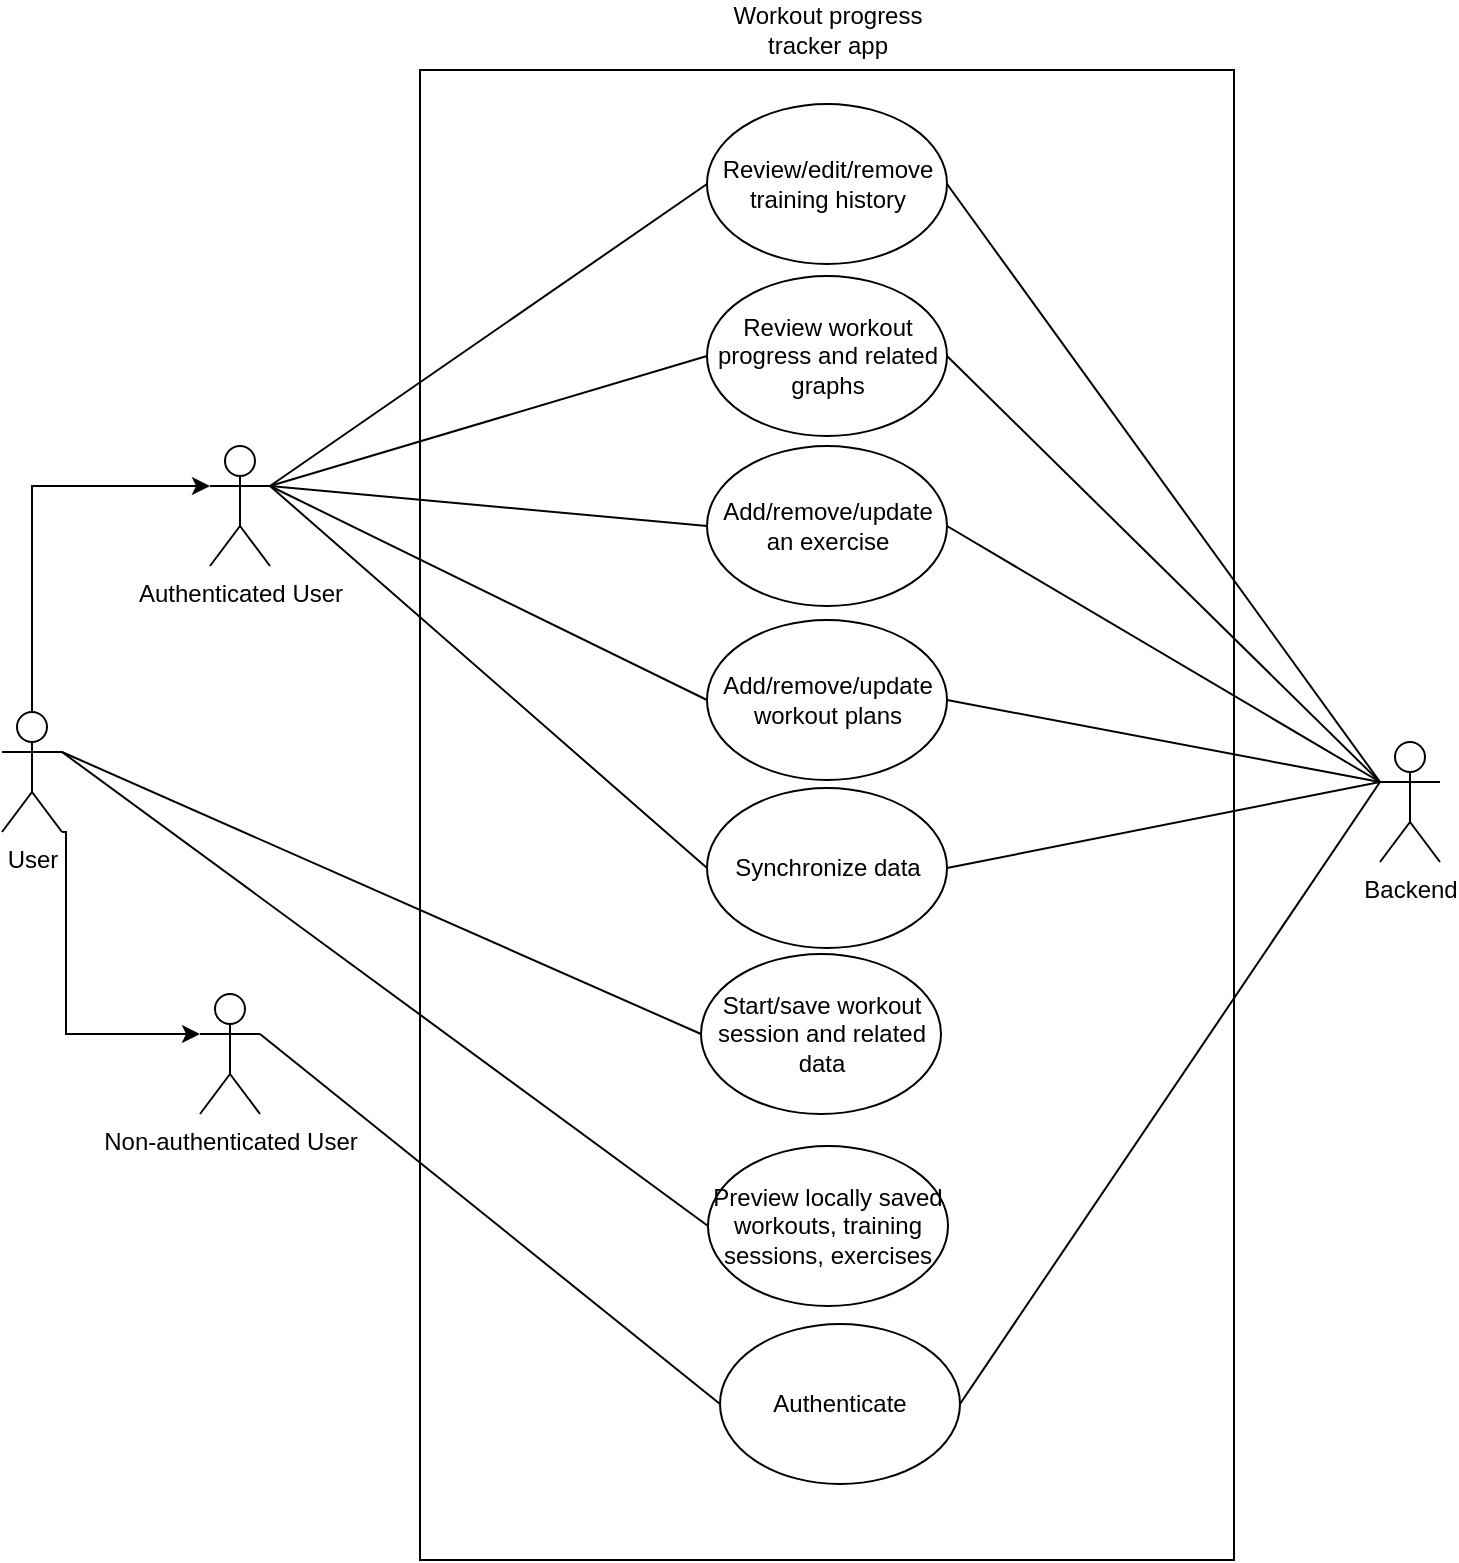
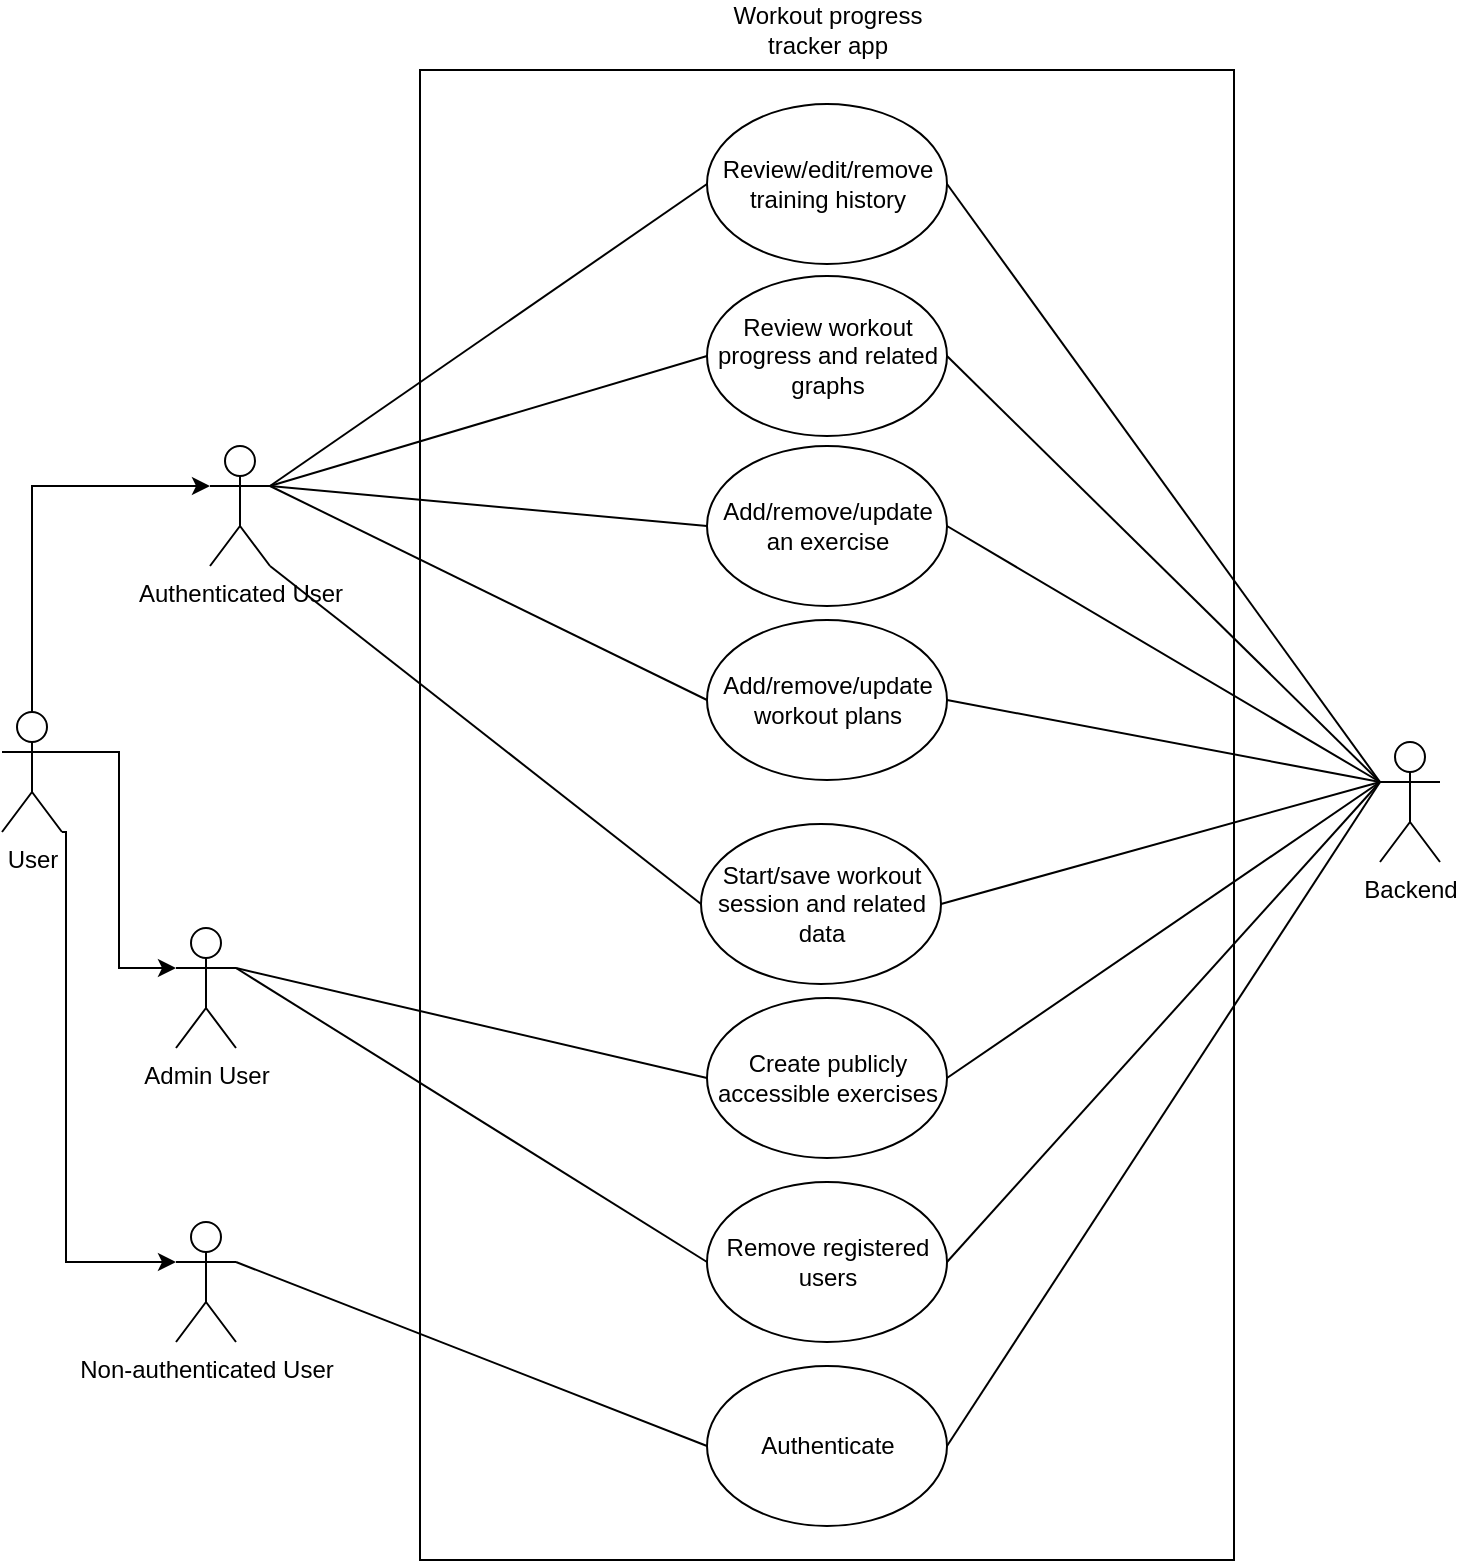
- <mxfile host="app.diagrams.net" agent="Mozilla/5.0 (Windows NT 10.0; Win64; x64) AppleWebKit/537.36 (KHTML, like Gecko) Chrome/145.0.0.0 Safari/537.36" version="29.5.1">
+ <mxfile host="app.diagrams.net" agent="Mozilla/5.0 (Windows NT 10.0; Win64; x64) AppleWebKit/537.36 (KHTML, like Gecko) Chrome/145.0.0.0 Safari/537.36">
  <diagram name="Page-1" id="o_9RZGAJSwRYu3yFkMyA">
-     <mxGraphModel dx="933" dy="479" grid="0" gridSize="10" guides="1" tooltips="1" connect="1" arrows="1" fold="1" page="1" pageScale="1" pageWidth="850" pageHeight="1100" background="light-dark(#FFFFFF,#FFFFFF)" math="0" shadow="0">
+     <mxGraphModel dx="1601" dy="831" grid="0" gridSize="10" guides="1" tooltips="1" connect="1" arrows="1" fold="1" page="1" pageScale="1" pageWidth="850" pageHeight="1100" background="light-dark(#FFFFFF,#FFFFFF)" math="0" shadow="0">
      <root>
        <mxCell id="0" />
        <mxCell id="1" parent="0" />
        <mxCell id="S5Ny3bAKd17XC2hBX4w4-2" parent="1" style="shape=umlActor;verticalLabelPosition=bottom;verticalAlign=top;html=1;fillColor=light-dark(#FFFFFF,#FFFFFF);strokeColor=light-dark(#000000,#000000);fontColor=light-dark(#000000,#000000);" value="Backend" vertex="1">
          <mxGeometry height="60" width="30" x="695" y="419" as="geometry" />
        </mxCell>
        <mxCell id="S5Ny3bAKd17XC2hBX4w4-6" parent="1" style="rounded=0;whiteSpace=wrap;html=1;fillColor=light-dark(#FFFFFF,#FFFFFF);strokeColor=light-dark(#000000,#000000);" value="" vertex="1">
          <mxGeometry height="745" width="407" x="215" y="83" as="geometry" />
        </mxCell>
        <mxCell id="S5Ny3bAKd17XC2hBX4w4-7" parent="1" style="text;html=1;whiteSpace=wrap;strokeColor=none;fillColor=none;align=center;verticalAlign=middle;rounded=0;fontColor=light-dark(#000000,#000000);" value="Workout progress tracker app" vertex="1">
          <mxGeometry height="30" width="126" x="355.5" y="48" as="geometry" />
        </mxCell>
        <mxCell id="S5Ny3bAKd17XC2hBX4w4-8" parent="1" style="ellipse;whiteSpace=wrap;html=1;" value="Review/edit/remove training history" vertex="1">
          <mxGeometry height="80" width="120" x="358.5" y="100" as="geometry" />
        </mxCell>
        <mxCell id="S5Ny3bAKd17XC2hBX4w4-9" parent="1" style="ellipse;whiteSpace=wrap;html=1;" value="Review workout progress and related graphs" vertex="1">
          <mxGeometry height="80" width="120" x="358.5" y="186" as="geometry" />
        </mxCell>
        <mxCell id="S5Ny3bAKd17XC2hBX4w4-10" parent="1" style="ellipse;whiteSpace=wrap;html=1;" value="Add/remove/update an exercise" vertex="1">
          <mxGeometry height="80" width="120" x="358.5" y="271" as="geometry" />
        </mxCell>
        <mxCell id="S5Ny3bAKd17XC2hBX4w4-11" parent="1" style="ellipse;whiteSpace=wrap;html=1;" value="Add/remove/update workout plans" vertex="1">
          <mxGeometry height="80" width="120" x="358.5" y="358" as="geometry" />
        </mxCell>
        <mxCell id="S5Ny3bAKd17XC2hBX4w4-12" parent="1" style="ellipse;whiteSpace=wrap;html=1;" value="Start/save workout session and related data" vertex="1">
-           <mxGeometry height="80" width="120" x="355.5" y="525" as="geometry" />
-         </mxCell>
-         <mxCell id="bQ3INLQ0cJ_01I7THtvP-1" edge="1" parent="1" source="S5Ny3bAKd17XC2hBX4w4-16" style="rounded=0;orthogonalLoop=1;jettySize=auto;html=1;exitX=1;exitY=0.3333333333333333;exitDx=0;exitDy=0;exitPerimeter=0;entryX=0;entryY=0.5;entryDx=0;entryDy=0;endArrow=none;endFill=0;" target="S5Ny3bAKd17XC2hBX4w4-12">
-           <mxGeometry relative="1" as="geometry" />
-         </mxCell>
-         <mxCell id="bQ3INLQ0cJ_01I7THtvP-2" edge="1" parent="1" source="S5Ny3bAKd17XC2hBX4w4-16" style="rounded=0;orthogonalLoop=1;jettySize=auto;html=1;exitX=1;exitY=0.3333333333333333;exitDx=0;exitDy=0;exitPerimeter=0;entryX=0;entryY=0.5;entryDx=0;entryDy=0;endArrow=none;endFill=0;" target="incPeOUw5dsslNAWLbD1-7">
-           <mxGeometry relative="1" as="geometry" />
+           <mxGeometry height="80" width="120" x="355.5" y="460" as="geometry" />
        </mxCell>
        <mxCell id="S5Ny3bAKd17XC2hBX4w4-16" parent="1" style="shape=umlActor;verticalLabelPosition=bottom;verticalAlign=top;html=1;fillColor=light-dark(#FFFFFF,#FFFFFF);strokeColor=light-dark(#000000,#000000);fontColor=light-dark(#000000,#000000);" value="User" vertex="1">
          <mxGeometry height="60" width="30" x="6" y="404" as="geometry" />
        </mxCell>
        <mxCell id="S5Ny3bAKd17XC2hBX4w4-22" edge="1" parent="1" source="S5Ny3bAKd17XC2hBX4w4-8" style="rounded=0;orthogonalLoop=1;jettySize=auto;html=1;exitX=1;exitY=0.5;exitDx=0;exitDy=0;entryX=0;entryY=0.3333333333333333;entryDx=0;entryDy=0;entryPerimeter=0;endArrow=none;endFill=0;" target="S5Ny3bAKd17XC2hBX4w4-2">
          <mxGeometry relative="1" as="geometry" />
        </mxCell>
        <mxCell id="S5Ny3bAKd17XC2hBX4w4-23" edge="1" parent="1" source="S5Ny3bAKd17XC2hBX4w4-9" style="rounded=0;orthogonalLoop=1;jettySize=auto;html=1;exitX=1;exitY=0.5;exitDx=0;exitDy=0;entryX=0;entryY=0.3333333333333333;entryDx=0;entryDy=0;entryPerimeter=0;endArrow=none;endFill=0;" target="S5Ny3bAKd17XC2hBX4w4-2">
          <mxGeometry relative="1" as="geometry" />
        </mxCell>
        <mxCell id="S5Ny3bAKd17XC2hBX4w4-24" edge="1" parent="1" source="S5Ny3bAKd17XC2hBX4w4-10" style="rounded=0;orthogonalLoop=1;jettySize=auto;html=1;exitX=1;exitY=0.5;exitDx=0;exitDy=0;entryX=0;entryY=0.3333333333333333;entryDx=0;entryDy=0;entryPerimeter=0;endArrow=none;endFill=0;" target="S5Ny3bAKd17XC2hBX4w4-2">
          <mxGeometry relative="1" as="geometry" />
        </mxCell>
        <mxCell id="S5Ny3bAKd17XC2hBX4w4-25" edge="1" parent="1" source="S5Ny3bAKd17XC2hBX4w4-11" style="rounded=0;orthogonalLoop=1;jettySize=auto;html=1;exitX=1;exitY=0.5;exitDx=0;exitDy=0;entryX=0;entryY=0.3333333333333333;entryDx=0;entryDy=0;entryPerimeter=0;endArrow=none;endFill=0;" target="S5Ny3bAKd17XC2hBX4w4-2">
          <mxGeometry relative="1" as="geometry" />
        </mxCell>
-         <mxCell id="S5Ny3bAKd17XC2hBX4w4-26" edge="1" parent="1" source="incPeOUw5dsslNAWLbD1-6" style="rounded=0;orthogonalLoop=1;jettySize=auto;html=1;exitX=1;exitY=0.5;exitDx=0;exitDy=0;entryX=0;entryY=0.3333333333333333;entryDx=0;entryDy=0;entryPerimeter=0;endArrow=none;endFill=0;" target="S5Ny3bAKd17XC2hBX4w4-2">
-           <mxGeometry relative="1" as="geometry" />
+         <mxCell id="S5Ny3bAKd17XC2hBX4w4-26" edge="1" parent="1" source="S5Ny3bAKd17XC2hBX4w4-12" style="rounded=0;orthogonalLoop=1;jettySize=auto;html=1;exitX=1;exitY=0.5;exitDx=0;exitDy=0;entryX=0;entryY=0.3333333333333333;entryDx=0;entryDy=0;entryPerimeter=0;endArrow=none;endFill=0;" target="S5Ny3bAKd17XC2hBX4w4-2">
+           <mxGeometry relative="1" as="geometry">
+             <mxPoint x="478.5" y="482" as="sourcePoint" />
+           </mxGeometry>
        </mxCell>
        <mxCell id="incPeOUw5dsslNAWLbD1-9" edge="1" parent="1" source="incPeOUw5dsslNAWLbD1-1" style="rounded=0;orthogonalLoop=1;jettySize=auto;html=1;exitX=1;exitY=0.3333333333333333;exitDx=0;exitDy=0;exitPerimeter=0;entryX=0;entryY=0.5;entryDx=0;entryDy=0;endArrow=none;endFill=0;" target="S5Ny3bAKd17XC2hBX4w4-8">
          <mxGeometry relative="1" as="geometry" />
        </mxCell>
        <mxCell id="incPeOUw5dsslNAWLbD1-10" edge="1" parent="1" source="incPeOUw5dsslNAWLbD1-1" style="rounded=0;orthogonalLoop=1;jettySize=auto;html=1;exitX=1;exitY=0.3333333333333333;exitDx=0;exitDy=0;exitPerimeter=0;entryX=0;entryY=0.5;entryDx=0;entryDy=0;endArrow=none;endFill=0;" target="S5Ny3bAKd17XC2hBX4w4-9">
          <mxGeometry relative="1" as="geometry" />
        </mxCell>
        <mxCell id="incPeOUw5dsslNAWLbD1-11" edge="1" parent="1" source="incPeOUw5dsslNAWLbD1-1" style="rounded=0;orthogonalLoop=1;jettySize=auto;html=1;exitX=1;exitY=0.3333333333333333;exitDx=0;exitDy=0;exitPerimeter=0;entryX=0;entryY=0.5;entryDx=0;entryDy=0;endArrow=none;endFill=0;" target="S5Ny3bAKd17XC2hBX4w4-10">
          <mxGeometry relative="1" as="geometry" />
        </mxCell>
        <mxCell id="incPeOUw5dsslNAWLbD1-12" edge="1" parent="1" source="incPeOUw5dsslNAWLbD1-1" style="rounded=0;orthogonalLoop=1;jettySize=auto;html=1;exitX=1;exitY=0.3333333333333333;exitDx=0;exitDy=0;exitPerimeter=0;entryX=0;entryY=0.5;entryDx=0;entryDy=0;endArrow=none;endFill=0;" target="S5Ny3bAKd17XC2hBX4w4-11">
          <mxGeometry relative="1" as="geometry" />
        </mxCell>
-         <mxCell id="incPeOUw5dsslNAWLbD1-21" edge="1" parent="1" source="incPeOUw5dsslNAWLbD1-1" style="rounded=0;orthogonalLoop=1;jettySize=auto;html=1;exitX=1;exitY=0.3333333333333333;exitDx=0;exitDy=0;exitPerimeter=0;entryX=0;entryY=0.5;entryDx=0;entryDy=0;endArrow=none;endFill=0;" target="incPeOUw5dsslNAWLbD1-6">
+         <mxCell id="fdivlffMdOmkSGMz0qw_-1" edge="1" parent="1" source="incPeOUw5dsslNAWLbD1-1" style="rounded=0;orthogonalLoop=1;jettySize=auto;html=1;exitX=1;exitY=1;exitDx=0;exitDy=0;exitPerimeter=0;entryX=0;entryY=0.5;entryDx=0;entryDy=0;endArrow=none;endFill=0;" target="S5Ny3bAKd17XC2hBX4w4-12">
          <mxGeometry relative="1" as="geometry" />
        </mxCell>
        <mxCell id="incPeOUw5dsslNAWLbD1-1" parent="1" style="shape=umlActor;verticalLabelPosition=bottom;verticalAlign=top;html=1;outlineConnect=0;" value="Authenticated User" vertex="1">
          <mxGeometry height="60" width="30" x="110" y="271" as="geometry" />
        </mxCell>
        <mxCell id="incPeOUw5dsslNAWLbD1-16" edge="1" parent="1" source="incPeOUw5dsslNAWLbD1-3" style="rounded=0;orthogonalLoop=1;jettySize=auto;html=1;exitX=1;exitY=0.3333333333333333;exitDx=0;exitDy=0;exitPerimeter=0;entryX=0;entryY=0.5;entryDx=0;entryDy=0;endArrow=none;endFill=0;" target="incPeOUw5dsslNAWLbD1-8">
          <mxGeometry relative="1" as="geometry" />
        </mxCell>
        <mxCell id="incPeOUw5dsslNAWLbD1-3" parent="1" style="shape=umlActor;verticalLabelPosition=bottom;verticalAlign=top;html=1;outlineConnect=0;" value="Non-authenticated User" vertex="1">
-           <mxGeometry height="60" width="30" x="105" y="545" as="geometry" />
+           <mxGeometry height="60" width="30" x="93" y="659" as="geometry" />
        </mxCell>
        <mxCell id="incPeOUw5dsslNAWLbD1-4" edge="1" parent="1" source="S5Ny3bAKd17XC2hBX4w4-16" style="edgeStyle=orthogonalEdgeStyle;rounded=0;orthogonalLoop=1;jettySize=auto;html=1;exitX=0.5;exitY=0;exitDx=0;exitDy=0;exitPerimeter=0;entryX=0;entryY=0.3333333333333333;entryDx=0;entryDy=0;entryPerimeter=0;" target="incPeOUw5dsslNAWLbD1-1">
          <mxGeometry relative="1" as="geometry" />
        </mxCell>
        <mxCell id="incPeOUw5dsslNAWLbD1-5" edge="1" parent="1" source="S5Ny3bAKd17XC2hBX4w4-16" style="edgeStyle=orthogonalEdgeStyle;rounded=0;orthogonalLoop=1;jettySize=auto;html=1;entryX=0;entryY=0.3333333333333333;entryDx=0;entryDy=0;entryPerimeter=0;exitX=1;exitY=1;exitDx=0;exitDy=0;exitPerimeter=0;" target="incPeOUw5dsslNAWLbD1-3">
          <mxGeometry relative="1" as="geometry">
            <Array as="points">
              <mxPoint x="38" y="464" />
-               <mxPoint x="38" y="565" />
+               <mxPoint x="38" y="679" />
            </Array>
            <mxPoint x="38" y="522" as="sourcePoint" />
          </mxGeometry>
        </mxCell>
-         <mxCell id="incPeOUw5dsslNAWLbD1-6" parent="1" style="ellipse;whiteSpace=wrap;html=1;" value="Synchronize data" vertex="1">
-           <mxGeometry height="80" width="120" x="358.5" y="442" as="geometry" />
-         </mxCell>
-         <mxCell id="incPeOUw5dsslNAWLbD1-7" parent="1" style="ellipse;whiteSpace=wrap;html=1;" value="Preview locally saved workouts, training sessions, exercises" vertex="1">
-           <mxGeometry height="80" width="120" x="359" y="621" as="geometry" />
-         </mxCell>
        <mxCell id="incPeOUw5dsslNAWLbD1-8" parent="1" style="ellipse;whiteSpace=wrap;html=1;" value="Authenticate" vertex="1">
-           <mxGeometry height="80" width="120" x="365" y="710" as="geometry" />
+           <mxGeometry height="80" width="120" x="358.5" y="731" as="geometry" />
        </mxCell>
        <mxCell id="incPeOUw5dsslNAWLbD1-20" edge="1" parent="1" source="incPeOUw5dsslNAWLbD1-8" style="rounded=0;orthogonalLoop=1;jettySize=auto;html=1;exitX=1;exitY=0.5;exitDx=0;exitDy=0;entryX=0;entryY=0.3333333333333333;entryDx=0;entryDy=0;entryPerimeter=0;endArrow=none;endFill=0;" target="S5Ny3bAKd17XC2hBX4w4-2">
+           <mxGeometry relative="1" as="geometry" />
+         </mxCell>
+         <mxCell id="fdivlffMdOmkSGMz0qw_-6" edge="1" parent="1" source="fdivlffMdOmkSGMz0qw_-2" style="rounded=0;orthogonalLoop=1;jettySize=auto;html=1;exitX=1;exitY=0.3333333333333333;exitDx=0;exitDy=0;exitPerimeter=0;entryX=0;entryY=0.5;entryDx=0;entryDy=0;endArrow=none;endFill=0;" target="fdivlffMdOmkSGMz0qw_-4">
+           <mxGeometry relative="1" as="geometry" />
+         </mxCell>
+         <mxCell id="fdivlffMdOmkSGMz0qw_-7" edge="1" parent="1" source="fdivlffMdOmkSGMz0qw_-2" style="rounded=0;orthogonalLoop=1;jettySize=auto;html=1;exitX=1;exitY=0.3333333333333333;exitDx=0;exitDy=0;exitPerimeter=0;entryX=0;entryY=0.5;entryDx=0;entryDy=0;endArrow=none;endFill=0;" target="fdivlffMdOmkSGMz0qw_-5">
+           <mxGeometry relative="1" as="geometry" />
+         </mxCell>
+         <mxCell id="fdivlffMdOmkSGMz0qw_-2" parent="1" style="shape=umlActor;verticalLabelPosition=bottom;verticalAlign=top;html=1;outlineConnect=0;" value="Admin User" vertex="1">
+           <mxGeometry height="60" width="30" x="93" y="512" as="geometry" />
+         </mxCell>
+         <mxCell id="fdivlffMdOmkSGMz0qw_-3" edge="1" parent="1" source="S5Ny3bAKd17XC2hBX4w4-16" style="edgeStyle=orthogonalEdgeStyle;rounded=0;orthogonalLoop=1;jettySize=auto;html=1;exitX=1;exitY=0.3333333333333333;exitDx=0;exitDy=0;exitPerimeter=0;entryX=0;entryY=0.3333333333333333;entryDx=0;entryDy=0;entryPerimeter=0;" target="fdivlffMdOmkSGMz0qw_-2">
+           <mxGeometry relative="1" as="geometry" />
+         </mxCell>
+         <mxCell id="fdivlffMdOmkSGMz0qw_-4" parent="1" style="ellipse;whiteSpace=wrap;html=1;" value="Create publicly accessible exercises" vertex="1">
+           <mxGeometry height="80" width="120" x="358.5" y="547" as="geometry" />
+         </mxCell>
+         <mxCell id="fdivlffMdOmkSGMz0qw_-5" parent="1" style="ellipse;whiteSpace=wrap;html=1;" value="Remove registered users" vertex="1">
+           <mxGeometry height="80" width="120" x="358.5" y="639" as="geometry" />
+         </mxCell>
+         <mxCell id="fdivlffMdOmkSGMz0qw_-8" edge="1" parent="1" source="fdivlffMdOmkSGMz0qw_-4" style="rounded=0;orthogonalLoop=1;jettySize=auto;html=1;exitX=1;exitY=0.5;exitDx=0;exitDy=0;entryX=0;entryY=0.3333333333333333;entryDx=0;entryDy=0;entryPerimeter=0;endArrow=none;endFill=0;" target="S5Ny3bAKd17XC2hBX4w4-2">
+           <mxGeometry relative="1" as="geometry" />
+         </mxCell>
+         <mxCell id="fdivlffMdOmkSGMz0qw_-9" edge="1" parent="1" source="fdivlffMdOmkSGMz0qw_-5" style="rounded=0;orthogonalLoop=1;jettySize=auto;html=1;exitX=1;exitY=0.5;exitDx=0;exitDy=0;entryX=0;entryY=0.3333333333333333;entryDx=0;entryDy=0;entryPerimeter=0;endArrow=none;endFill=0;" target="S5Ny3bAKd17XC2hBX4w4-2">
          <mxGeometry relative="1" as="geometry" />
        </mxCell>
      </root>
    </mxGraphModel>
  </diagram>
</mxfile>
